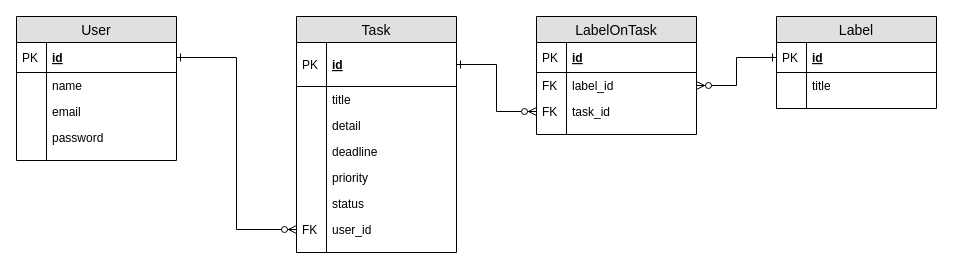
This is docs/taskmanager_ER.drawio from dr5se4aw3/manyou_task, a draw.io file, before an edit. Source tidied: cells renumbered, new cells numbered last; positions are measured from the earlier drawing's top-left corner, leaving out a move shared by most shapes. Both pictures are drawn from the tidied source at 100%, with x=0, y=0 at pixel (16, 16).
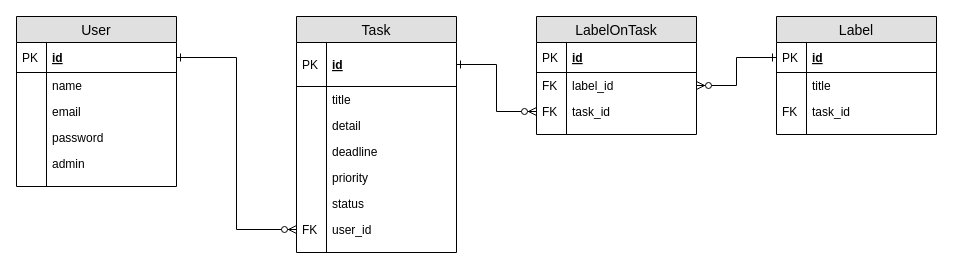
The same page after the edit.

Diff of the diagram source:
```diff
@@
     <mxCell id="2" value="User" style="swimlane;fontStyle=0;horizontal=1;startSize=26;fillColor=#e0e0e0;swimlaneFillColor=#ffffff;align=center;fontSize=14;" parent="1" vertex="1">
-      <mxGeometry width="160" height="144" as="geometry" />
+      <mxGeometry width="160" height="170" as="geometry" />
     </mxCell>
@@
+    <mxCell id="49" value="admin" style="shape=partialRectangle;top=0;left=0;right=0;bottom=0;align=left;verticalAlign=top;fillColor=none;spacingLeft=34;spacingRight=4;overflow=hidden;fontSize=12;" parent="2" vertex="1">
+      <mxGeometry y="134" width="160" height="26" as="geometry" />
+    </mxCell>
+    <mxCell id="50" style="shape=partialRectangle;top=0;left=0;bottom=0;fillColor=none;align=left;verticalAlign=top;spacingLeft=4;spacingRight=4;overflow=hidden;fontSize=12;" parent="49" vertex="1">
+      <mxGeometry width="30" height="26" as="geometry" />
+    </mxCell>
     <mxCell id="11" style="shape=partialRectangle;top=0;left=0;right=0;bottom=0;align=left;verticalAlign=top;fillColor=none;spacingLeft=34;spacingRight=4;overflow=hidden;fontSize=12;" parent="2" vertex="1">
-      <mxGeometry y="134" width="160" height="10" as="geometry" />
+      <mxGeometry y="160" width="160" height="10" as="geometry" />
     </mxCell>
@@
     <mxCell id="30" value="Label" style="swimlane;fontStyle=0;horizontal=1;startSize=26;fillColor=#e0e0e0;swimlaneFillColor=#ffffff;align=center;fontSize=14;" parent="1" vertex="1">
-      <mxGeometry x="760" width="160" height="92" as="geometry" />
+      <mxGeometry x="760" width="160" height="118" as="geometry" />
     </mxCell>
@@
+    <mxCell id="51" value="task_id" style="shape=partialRectangle;top=0;left=0;right=0;bottom=0;align=left;verticalAlign=top;fillColor=none;spacingLeft=34;spacingRight=4;overflow=hidden;fontSize=12;" parent="30" vertex="1">
+      <mxGeometry y="82" width="160" height="26" as="geometry" />
+    </mxCell>
+    <mxCell id="52" value="FK" style="shape=partialRectangle;top=0;left=0;bottom=0;fillColor=none;align=left;verticalAlign=top;spacingLeft=4;spacingRight=4;overflow=hidden;fontSize=12;" parent="51" vertex="1">
+      <mxGeometry width="30" height="26" as="geometry" />
+    </mxCell>
     <mxCell id="35" style="shape=partialRectangle;top=0;left=0;right=0;bottom=0;align=left;verticalAlign=top;fillColor=none;spacingLeft=34;spacingRight=4;overflow=hidden;fontSize=12;" parent="30" vertex="1">
-      <mxGeometry y="82" width="160" height="10" as="geometry" />
+      <mxGeometry y="108" width="160" height="10" as="geometry" />
     </mxCell>
```
